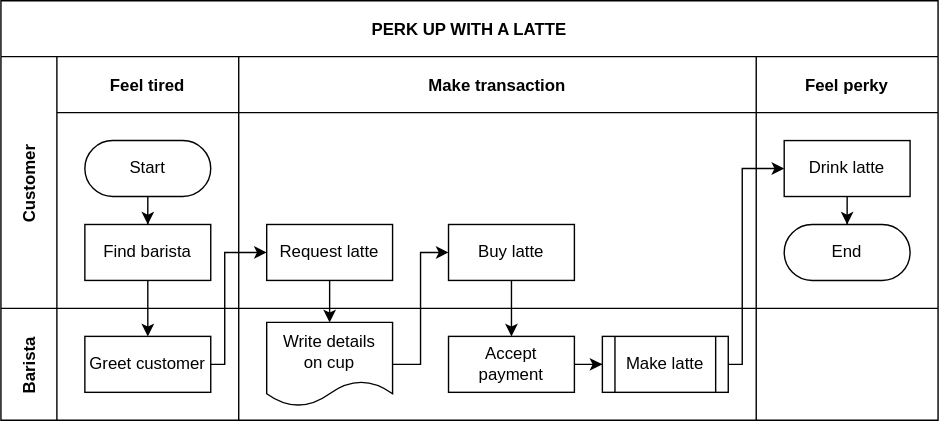
This is skip_dev_process.drawio.svg from skiptools/assets.skip.tools, a draw.io export, as it was before one commit. Source tidied: cells renumbered, new cells last; positions are measured from the earlier drawing's top-left corner, leaving out a move shared by most shapes.
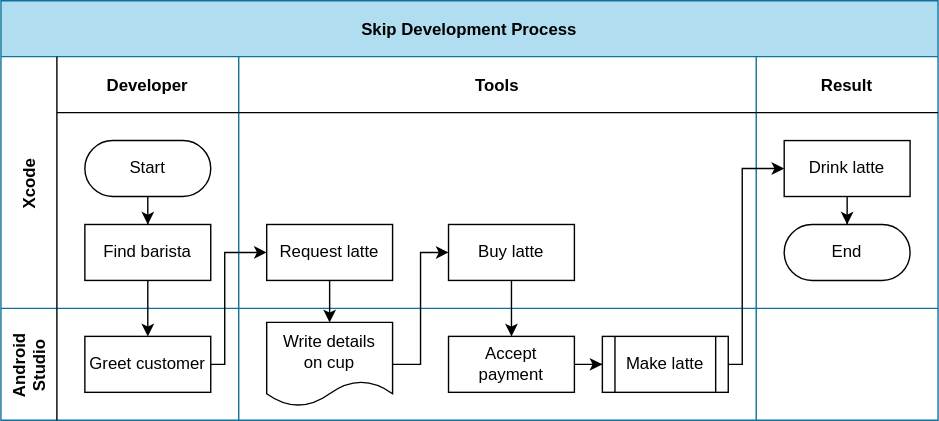
Later version of the same file.

Diff of the diagram source:
```diff
@@ -2,16 +2,16 @@
   <root>
     <mxCell id="0" />
     <mxCell id="1" parent="0" />
-    <mxCell id="2" value="PERK UP WITH A LATTE" style="shape=table;startSize=40;fillColor=none;fontStyle=1;" parent="1" vertex="1">
+    <mxCell id="2" value="Skip Development Process" style="shape=table;startSize=40;fillColor=#b1ddf0;fontStyle=1;strokeColor=#10739e;swimlaneFillColor=none;" parent="1" vertex="1">
       <mxGeometry width="670" height="300" as="geometry" />
     </mxCell>
     <mxCell id="3" style="edgeStyle=orthogonalEdgeStyle;rounded=0;jettySize=auto;html=1;" parent="2" edge="1" source="8" target="18">
       <mxGeometry relative="1" as="geometry" />
     </mxCell>
-    <mxCell id="4" value="Customer" style="shape=tableRow;horizontal=0;swimlaneHead=0;swimlaneBody=0;top=0;left=0;bottom=0;right=0;fillColor=none;startSize=40;fontStyle=1;" parent="2" vertex="1">
+    <mxCell id="4" value="Xcode" style="shape=tableRow;horizontal=0;swimlaneHead=0;swimlaneBody=0;top=0;left=0;bottom=0;right=0;fillColor=none;startSize=40;fontStyle=1;" parent="2" vertex="1">
       <mxGeometry y="40" width="670" height="180" as="geometry" />
     </mxCell>
-    <mxCell id="5" value="Feel tired" style="swimlane;swimlaneHead=0;swimlaneBody=0;fillColor=none;startSize=40;fontStyle=1;" parent="4" vertex="1">
+    <mxCell id="5" value="Developer" style="swimlane;swimlaneHead=0;swimlaneBody=0;fillColor=none;startSize=40;fontStyle=1;" parent="4" vertex="1">
       <mxGeometry x="40" width="130" height="180" as="geometry" />
     </mxCell>
     <mxCell id="6" style="edgeStyle=orthogonalEdgeStyle;rounded=0;jettySize=auto;html=1;" parent="5" edge="1" source="7" target="8">
@@ -23,7 +23,7 @@
     <mxCell id="8" value="Find barista" style="rounded=0;whiteSpace=wrap;html=1;" parent="5" vertex="1">
       <mxGeometry x="20" y="120" width="90" height="40" as="geometry" />
     </mxCell>
-    <mxCell id="9" value="Make transaction" style="swimlane;swimlaneHead=0;swimlaneBody=0;fillColor=none;startSize=40;fontStyle=1;" parent="4" vertex="1">
+    <mxCell id="9" value="Tools" style="swimlane;swimlaneHead=0;swimlaneBody=0;fillColor=none;startSize=40;fontStyle=1;" parent="4" vertex="1">
       <mxGeometry x="170" width="370" height="180" as="geometry" />
     </mxCell>
     <mxCell id="10" value="Request latte" style="rounded=0;whiteSpace=wrap;html=1;" parent="9" vertex="1">
@@ -32,7 +32,7 @@
     <mxCell id="11" value="Buy latte" style="rounded=0;whiteSpace=wrap;html=1;" parent="9" vertex="1">
       <mxGeometry x="150" y="120" width="90" height="40" as="geometry" />
     </mxCell>
-    <mxCell id="12" value="Feel perky" style="swimlane;swimlaneHead=0;swimlaneBody=0;fillColor=none;startSize=40;fontStyle=1;" parent="4" vertex="1">
+    <mxCell id="12" value="Result" style="swimlane;swimlaneHead=0;swimlaneBody=0;fillColor=none;startSize=40;fontStyle=1;" parent="4" vertex="1">
       <mxGeometry x="540" width="130" height="180" as="geometry" />
     </mxCell>
     <mxCell id="13" style="edgeStyle=orthogonalEdgeStyle;rounded=0;jettySize=auto;html=1;" parent="12" edge="1" source="14" target="15">
@@ -44,7 +44,7 @@
     <mxCell id="15" value="End" style="rounded=1;whiteSpace=wrap;html=1;arcSize=50;" parent="12" vertex="1">
       <mxGeometry x="20" y="120" width="90" height="40" as="geometry" />
     </mxCell>
-    <mxCell id="16" value="Barista" style="shape=tableRow;horizontal=0;swimlaneHead=0;swimlaneBody=0;top=0;left=0;bottom=0;right=0;fillColor=none;startSize=40;fontStyle=1;" parent="2" vertex="1">
+    <mxCell id="16" value="Android&#10;Studio" style="shape=tableRow;horizontal=0;swimlaneHead=0;swimlaneBody=0;top=0;left=0;bottom=0;right=0;fillColor=none;startSize=40;fontStyle=1;" parent="2" vertex="1">
       <mxGeometry y="220" width="670" height="80" as="geometry" />
     </mxCell>
     <mxCell id="17" style="swimlane;swimlaneHead=0;swimlaneBody=0;fillColor=none;startSize=0;fontStyle=1;" parent="16" vertex="1">
```
